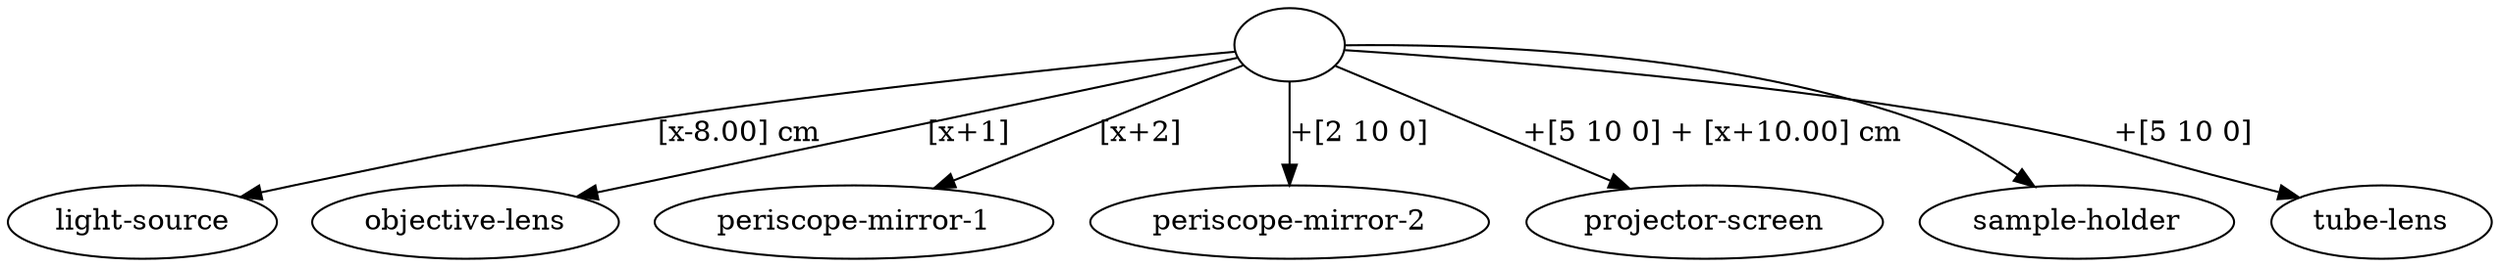
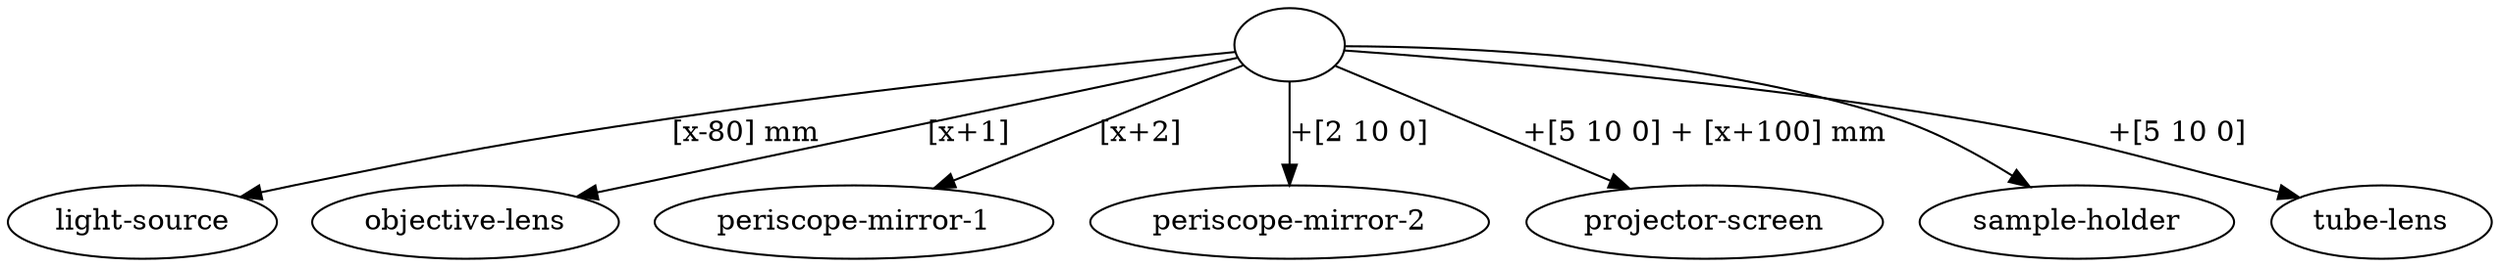
strict digraph "" {
	graph [bb="0,0,1061.6,124.8"];
	node [label="\N"];
	edge [label="\E"];
	""	[height=0.5,
		pos="550.16,106.8",
		width=0.75];
	"light-source"	[height=0.5,
		pos="57.162,18",
		width=1.5878];
	"" -> "light-source"	[key=" -> light-source",
- 		label="[x-8.00] cm",
- 		lp="305.12,62.4",
- 		pos="e,100.08,30.205 523.17,103.35 473.33,98.611 363.55,87.2 272.07,70.8 205.17,58.807 189.17,52.211 123.16,36 119.19,35.025 115.1,34.005 \
- 110.97,32.967"];
+ 		label="[x-80] mm",
+ 		lp="308.03,62.4",
+ 		pos="e,100.07,30.257 523.37,103.19 474.41,98.248 367.3,86.565 277.9,70.8 208.48,58.56 191.69,52.526 123.16,36 119.19,35.042 115.09,34.033 \
+ 110.96,33.005"];
	"objective-lens"	[height=0.5,
		pos="197.16,18",
		width=1.8111];
	"" -> "objective-lens"	[key=" -> objective-lens",
		label="[x+1]",
		lp="420.55,62.4",
		pos="e,244.17,30.831 524.96,99.79 495.99,92.864 447.01,81.112 404.94,70.8 354.34,58.394 296.87,44.046 255.21,33.601"];
	"periscope-mirror-1"	[height=0.5,
		pos="364.16,18",
		width=2.3324];
	"" -> "periscope-mirror-1"	[key=" -> periscope-mirror-1",
		label="[x+2]",
		lp="489.43,62.4",
		pos="e,397.98,34.783 528.46,95.673 499.12,81.979 446.1,57.24 408.23,39.566"];
	"periscope-mirror-2"	[height=0.5,
		pos="550.16,18",
		width=2.3324];
	"" -> "periscope-mirror-2"	[key=" -> periscope-mirror-2",
		label="+[2 10 0]",
		lp="576.27,62.4",
		pos="e,550.16,36.41 550.16,88.651 550.16,76.958 550.16,61.192 550.16,47.618"];
	"projector-screen"	[height=0.5,
		pos="726.16,18",
		width=2.0491];
	"" -> "projector-screen"	[key=" -> projector-screen",
- 		label="+[5 10 0] + [x+10.00] cm",
- 		lp="725.64,62.4",
+ 		label="+[5 10 0] + [x+100] mm",
+ 		lp="722.73,62.4",
		pos="e,694.44,34.644 571.39,95.33 599.27,81.582 648.83,57.139 684.36,39.614"];
	"sample-holder"	[height=0.5,
		pos="884.16,18",
		width=1.841];
	"" -> "sample-holder"	[key=" -> sample-holder",
		label="",
- 		pos="e,863.27,35.523 577.42,105.68 624.49,104.67 723.41,99.027 801.16,70.8 819.89,64.001 838.88,52.556 853.96,42.151"];
+ 		pos="e,861.93,35.216 577.42,105.29 623.52,103.69 719.27,97.178 795.16,70.8 815.3,63.801 835.99,52.083 852.34,41.56"];
	"tube-lens"	[height=0.5,
		pos="1015.2,18",
		width=1.2898];
	"" -> "tube-lens"	[key=" -> tube-lens",
		label="+[5 10 0]",
- 		lp="924.32,62.4",
- 		pos="e,979.66,29.938 577.2,103.75 627.66,99.631 739.49,89.149 832.16,70.8 889.57,59.433 902.93,52.235 959.16,36 962.27,35.102 965.48,\
- 34.163 968.7,33.209"];
+ 		lp="924.1,62.4",
+ 		pos="e,979.67,29.99 577.09,103.59 626.81,99.242 736.28,88.442 827.16,70.8 886.72,59.239 900.79,52.548 959.16,36 962.28,35.117 965.49,\
+ 34.19 968.71,33.244"];
}
